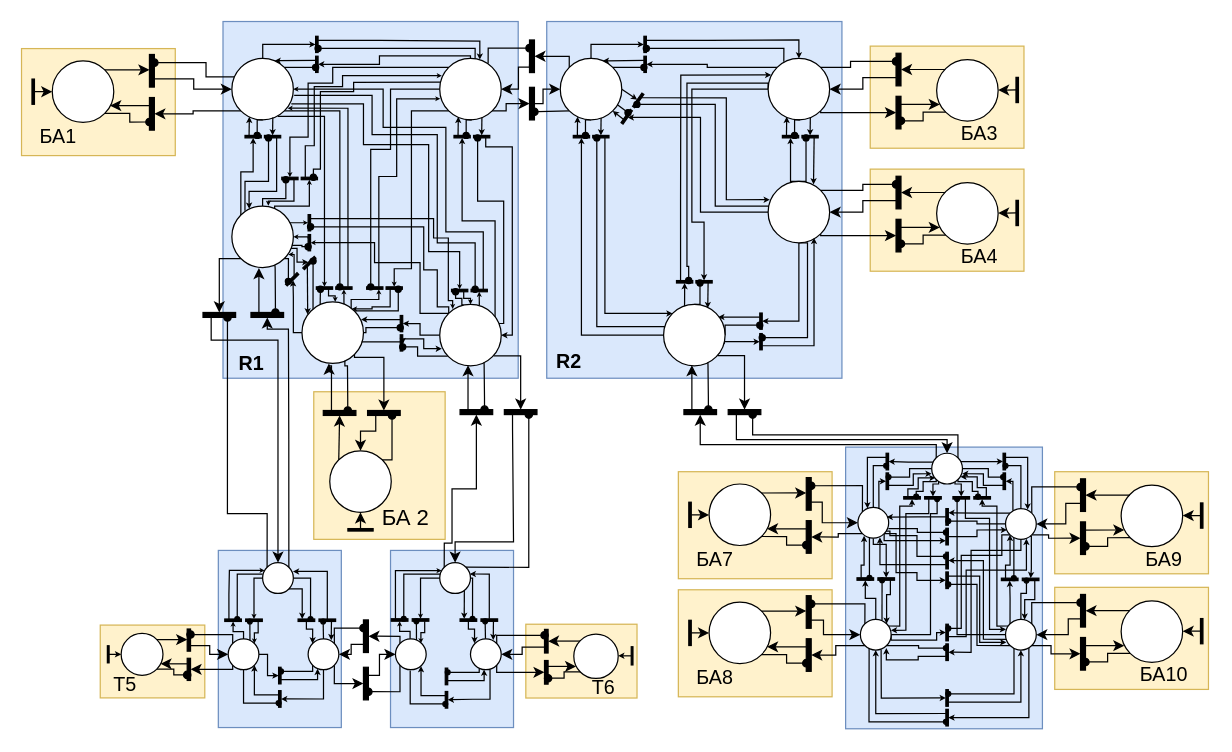
Before: page "Сеть Петри" (4 of 4) of logic.drawio in sadsackk/STP-ISS-analyzer, a draw.io diagram. Source tidied: cells renumbered, new cells numbered last; positions are measured from the earlier drawing's top-left corner, leaving out a move shared by most shapes. Both pictures are drawn from the tidied source at 123%, with x=0, y=0 at pixel (21, 21).
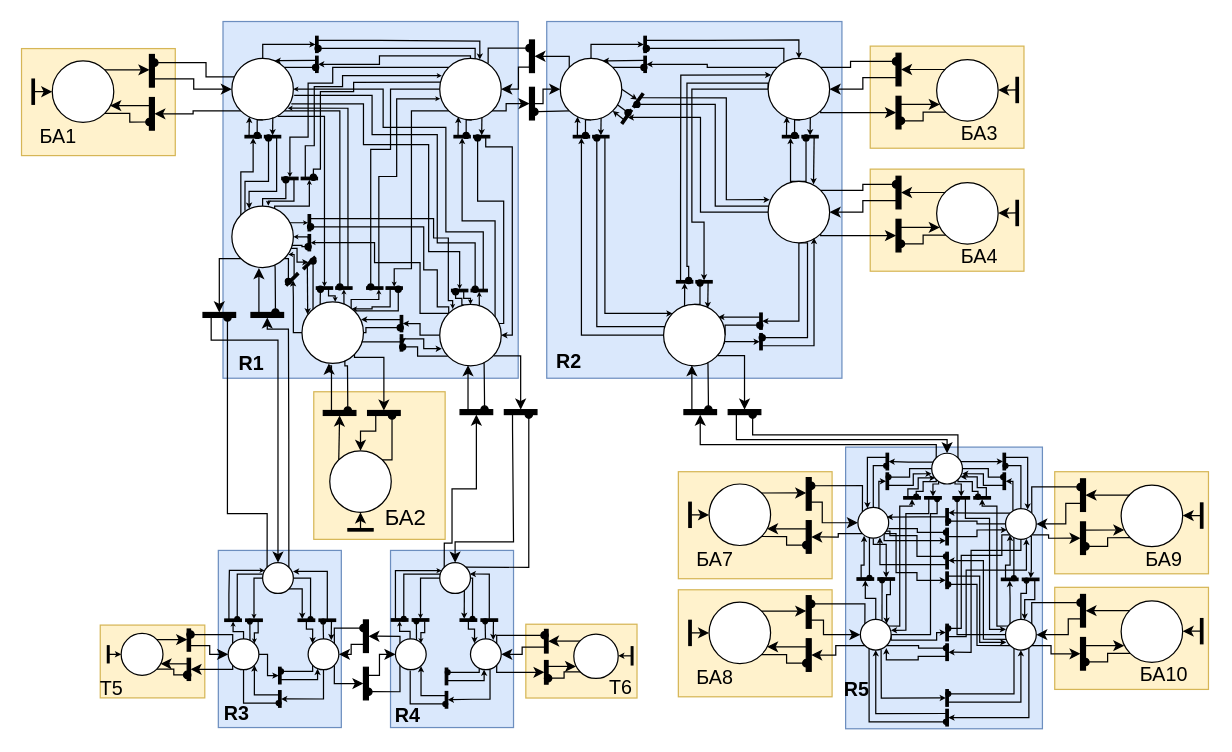
Above is the later version.

The change refers to these unchanged cells:
```xml
<mxCell id="13" style="group;" parent="1" vertex="1">
  <mxGeometry x="237.6" y="301" width="106.8" height="120" as="geometry" />
</mxCell>
<mxCell id="104" style="group;" parent="1" vertex="1">
  <mxGeometry x="64" y="490" width="85" height="59.2" as="geometry" />
</mxCell>
<mxCell id="115" style="group;" parent="1" vertex="1">
  <mxGeometry x="410" y="490" width="90.4" height="60" as="geometry" />
</mxCell>
<mxCell id="222" style="ellipse;whiteSpace=wrap;html=1;" parent="1" vertex="1">
  <mxGeometry x="682" y="486" width="25" height="25" as="geometry" />
</mxCell>
<mxCell id="421" style="rounded=0;whiteSpace=wrap;html=1;fontSize=18;strokeColor=#000000;fillColor=#000000;rotation=0;" parent="1" vertex="1">
  <mxGeometry x="751.5" y="559.2" width="2" height="13.5" as="geometry" />
</mxCell>
```

The edit, as a diff of the source:
```diff
@@
-    <mxCell id="16" value="&lt;font style=&quot;font-size: 18px&quot;&gt;БА 2&lt;/font&gt;" style="text;html=1;strokeColor=none;fillColor=none;align=center;verticalAlign=middle;whiteSpace=wrap;rounded=0;rotation=0;" parent="13" vertex="1">
+    <mxCell id="16" value="&lt;font style=&quot;font-size: 18px&quot;&gt;БА2&lt;/font&gt;" style="text;html=1;strokeColor=none;fillColor=none;align=center;verticalAlign=middle;whiteSpace=wrap;rounded=0;rotation=0;" parent="13" vertex="1">
       <mxGeometry x="42.9" y="87.1" width="63" height="31" as="geometry" />
     </mxCell>
@@
     <mxCell id="114" value="T5" style="text;html=1;strokeColor=none;fillColor=none;align=center;verticalAlign=middle;whiteSpace=wrap;rounded=0;fontSize=16;" parent="104" vertex="1">
-      <mxGeometry y="38.8" width="40.8" height="20.4" as="geometry" />
+      <mxGeometry x="-11" y="41.5" width="40.8" height="20.4" as="geometry" />
     </mxCell>
@@
     <mxCell id="125" value="T6" style="text;html=1;strokeColor=none;fillColor=none;align=center;verticalAlign=middle;whiteSpace=wrap;rounded=0;fontSize=16;" parent="115" vertex="1">
-      <mxGeometry x="42.3" y="42.7" width="43.4" height="17.3" as="geometry" />
+      <mxGeometry x="56" y="42.7" width="43.4" height="17.3" as="geometry" />
     </mxCell>
@@
     <mxCell id="415" style="edgeStyle=orthogonalEdgeStyle;rounded=0;jettySize=auto;html=1;exitX=0.282;exitY=0.944;exitDx=0;exitDy=0;entryX=0;entryY=0.75;entryDx=0;entryDy=0;fontSize=16;startArrow=none;startFill=0;endArrow=oval;endFill=1;startSize=4;endSize=4;strokeWidth=1;exitPerimeter=0;" parent="1" edge="1" source="222" target="421">
       <mxGeometry relative="1" as="geometry">
         <Array as="points">
-          <mxPoint x="689" y="512" />
-          <mxPoint x="689" y="512" />
           <mxPoint x="689" y="569" />
         </Array>
       </mxGeometry>
     </mxCell>
@@
     <mxCell id="420" style="edgeStyle=orthogonalEdgeStyle;rounded=0;jettySize=auto;html=1;exitX=0;exitY=0.25;exitDx=0;exitDy=0;entryX=0.5;entryY=1;entryDx=0;entryDy=0;fontSize=16;startArrow=none;startFill=0;endArrow=classic;endFill=1;startSize=4;endSize=2;strokeWidth=1;" parent="1" edge="1" source="421" target="222">
-      <mxGeometry relative="1" as="geometry" />
+      <mxGeometry relative="1" as="geometry">
+        <Array as="points">
+          <mxPoint x="694" y="562" />
+        </Array>
+      </mxGeometry>
     </mxCell>
@@
+    <mxCell id="464" value="&lt;b&gt;&lt;font style=&quot;font-size: 16px;&quot;&gt;R3&lt;/font&gt;&lt;/b&gt;" style="text;whiteSpace=wrap;html=1;fontSize=8;" parent="1" vertex="1">
+      <mxGeometry x="162.8" y="546" width="58" height="28" as="geometry" />
+    </mxCell>
+    <mxCell id="465" value="&lt;b&gt;&lt;font style=&quot;font-size: 16px;&quot;&gt;R4&lt;/font&gt;&lt;/b&gt;" style="text;whiteSpace=wrap;html=1;fontSize=8;" parent="1" vertex="1">
+      <mxGeometry x="302" y="548" width="58" height="28" as="geometry" />
+    </mxCell>
+    <mxCell id="466" value="&lt;b&gt;&lt;font style=&quot;font-size: 16px;&quot;&gt;R5&lt;/font&gt;&lt;/b&gt;" style="text;whiteSpace=wrap;html=1;fontSize=8;" parent="1" vertex="1">
+      <mxGeometry x="667" y="527" width="58" height="28" as="geometry" />
+    </mxCell>
```
